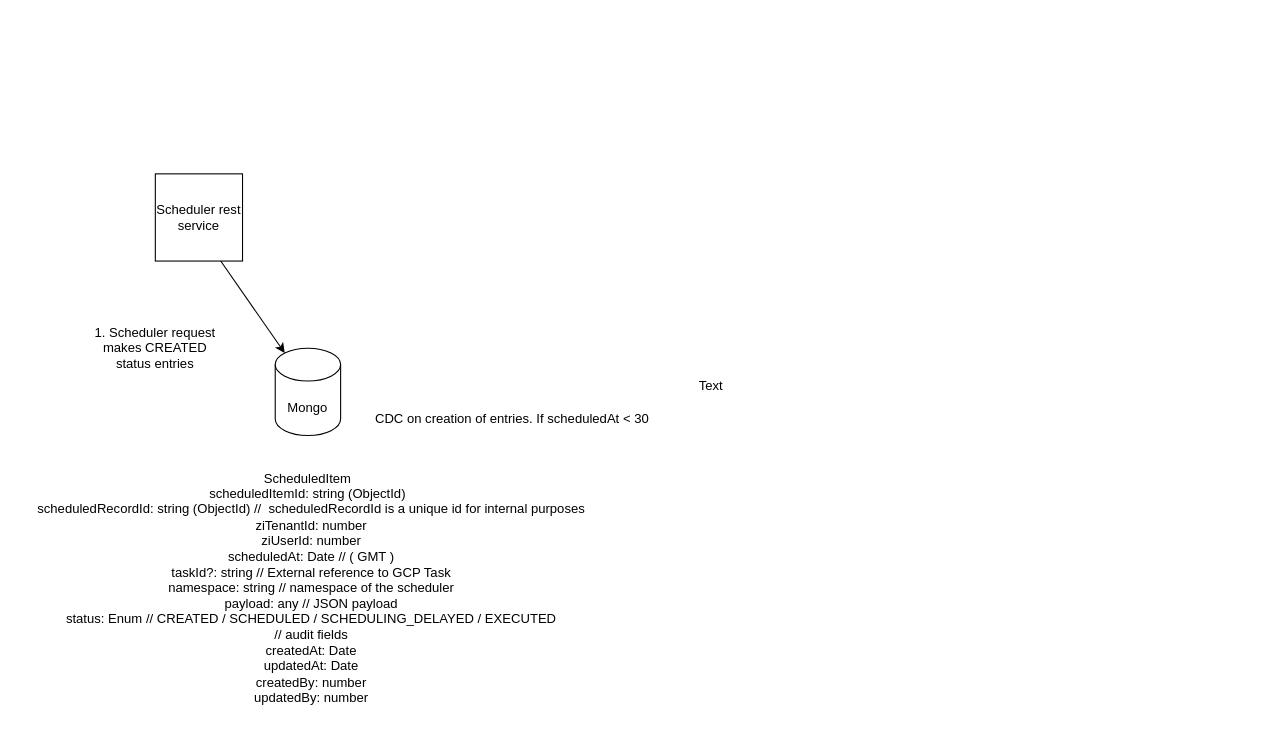
Earlier version of the draw.io diagram zi-scheduler.drawio (praveen-sivadasan/system-design). Source tidied: cells renumbered, new cells numbered last; positions are measured from the earlier drawing's top-left corner, leaving out a move shared by most shapes. Both pictures are drawn from the tidied source at 109%, with x=0, y=0 at pixel (19, 173). Pictures stored in the file or linked from it are replaced by grey dashed boxes.
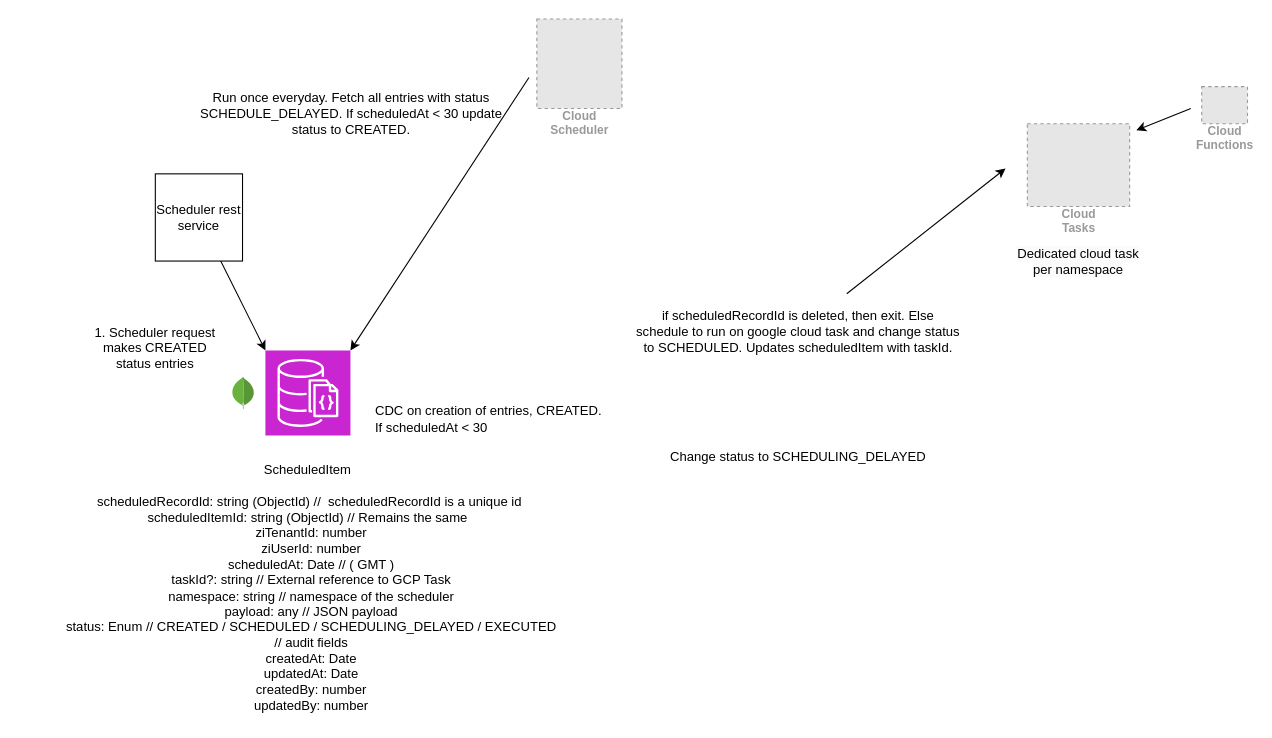
After the change.

Unchanged cells that the change refers to:
```xml
<mxCell id="2" value="Scheduler rest service" style="whiteSpace=wrap;html=1;" parent="1" vertex="1">
  <mxGeometry x="125" width="80" height="80" as="geometry" />
</mxCell>
```

Diff of the diagram source:
```diff
@@
-    <mxCell id="3" style="shape=cylinder3;whiteSpace=wrap;html=1;boundedLbl=1;backgroundOutline=1;size=15;" parent="1" vertex="1">
-      <mxGeometry x="235" y="160" width="60" height="80" as="geometry" />
-    </mxCell>
-    <mxCell id="4" style="endArrow=classic;html=1;rounded=0;exitX=0.75;exitY=1;exitDx=0;exitDy=0;entryX=0.145;entryY=0;entryDx=0;entryDy=4.35;entryPerimeter=0;" parent="1" edge="1" source="2" target="3">
+    <mxCell id="4" style="endArrow=classic;html=1;rounded=0;exitX=0.75;exitY=1;exitDx=0;exitDy=0;entryX=0;entryY=0;entryDx=0;entryDy=0;entryPerimeter=0;" parent="1" edge="1" source="2" target="18">
       <mxGeometry relative="1" as="geometry" />
     </mxCell>
-    <mxCell id="5" value="Mongo" style="text;html=1;strokeColor=none;fillColor=none;align=center;verticalAlign=middle;whiteSpace=wrap;rounded=0;" parent="1" vertex="1">
-      <mxGeometry x="235" y="200" width="60" height="30" as="geometry" />
-    </mxCell>
@@
-    <mxCell id="7" value="ScheduledItem&lt;br&gt;&lt;div&gt;scheduledItemId: string (ObjectId)&lt;/div&gt;&lt;div&gt;&amp;nbsp; scheduledRecordId: string (ObjectId) //&amp;nbsp;&amp;nbsp;&lt;span style=&quot;background-color: initial;&quot;&gt;scheduledRecordId is a unique id for internal purposes&lt;/span&gt;&lt;/div&gt;&lt;div&gt;&amp;nbsp; ziTenantId: number&lt;/div&gt;&lt;div&gt;&amp;nbsp; ziUserId: number&lt;/div&gt;&lt;div&gt;&amp;nbsp; scheduledAt: Date // ( GMT )&lt;/div&gt;&lt;div&gt;&amp;nbsp; taskId?: string // External reference to GCP Task&lt;/div&gt;&lt;div&gt;&amp;nbsp; namespace: string // namespace of the scheduler&lt;/div&gt;&lt;div&gt;&amp;nbsp; payload: any // JSON payload&lt;/div&gt;&lt;div&gt;&amp;nbsp; status: Enum // CREATED / SCHEDULED / SCHEDULING_DELAYED / EXECUTED&lt;/div&gt;&lt;div&gt;&amp;nbsp; // audit fields&lt;/div&gt;&lt;div&gt;&amp;nbsp; createdAt: Date&lt;/div&gt;&lt;div&gt;&amp;nbsp; updatedAt: Date&lt;/div&gt;&lt;div&gt;&amp;nbsp; createdBy: number&lt;/div&gt;&lt;div&gt;&amp;nbsp; updatedBy: number&lt;/div&gt;" style="text;html=1;strokeColor=none;fillColor=none;align=center;verticalAlign=middle;whiteSpace=wrap;rounded=0;" parent="1" vertex="1">
+    <mxCell id="7" value="ScheduledItem&lt;br&gt;&lt;br&gt;&lt;div style=&quot;border-color: var(--border-color);&quot;&gt;&amp;nbsp; scheduledRecordId: string (ObjectId) //&amp;nbsp;&amp;nbsp;scheduledRecordId is a unique id&amp;nbsp;&lt;/div&gt;&lt;div&gt;scheduledItemId: string (ObjectId) // Remains the same&lt;/div&gt;&lt;div&gt;&lt;span style=&quot;background-color: initial;&quot;&gt;&amp;nbsp; ziTenantId: number&lt;/span&gt;&lt;br&gt;&lt;/div&gt;&lt;div&gt;&amp;nbsp; ziUserId: number&lt;/div&gt;&lt;div&gt;&amp;nbsp; scheduledAt: Date // ( GMT )&lt;/div&gt;&lt;div&gt;&amp;nbsp; taskId?: string // External reference to GCP Task&lt;/div&gt;&lt;div&gt;&amp;nbsp; namespace: string // namespace of the scheduler&lt;/div&gt;&lt;div&gt;&amp;nbsp; payload: any // JSON payload&lt;/div&gt;&lt;div&gt;&amp;nbsp; status: Enum // CREATED / SCHEDULED / SCHEDULING_DELAYED / EXECUTED&lt;/div&gt;&lt;div&gt;&amp;nbsp; // audit fields&lt;/div&gt;&lt;div&gt;&amp;nbsp; createdAt: Date&lt;/div&gt;&lt;div&gt;&amp;nbsp; updatedAt: Date&lt;/div&gt;&lt;div&gt;&amp;nbsp; createdBy: number&lt;/div&gt;&lt;div&gt;&amp;nbsp; updatedBy: number&lt;/div&gt;" style="text;html=1;strokeColor=none;fillColor=none;align=center;verticalAlign=middle;whiteSpace=wrap;rounded=0;" parent="1" vertex="1">
       <mxGeometry y="260" width="530" height="240" as="geometry" />
     </mxCell>
-    <mxCell id="8" value="CDC on creation of entries. If&amp;nbsp;scheduledAt &amp;lt; 30" style="text;html=1;strokeColor=none;fillColor=none;align=left;verticalAlign=middle;whiteSpace=wrap;rounded=0;" parent="1" vertex="1">
+    <mxCell id="8" value="CDC on creation of entries, CREATED. If&amp;nbsp;scheduledAt &amp;lt; 30" style="text;html=1;strokeColor=none;fillColor=none;align=left;verticalAlign=middle;whiteSpace=wrap;rounded=0;" parent="1" vertex="1">
       <mxGeometry x="325" y="210" width="260" height="30" as="geometry" />
     </mxCell>
-    <mxCell id="9" value="Text" style="text;html=1;strokeColor=none;fillColor=none;align=center;verticalAlign=middle;whiteSpace=wrap;rounded=0;" parent="1" vertex="1">
-      <mxGeometry x="605" y="180" width="60" height="30" as="geometry" />
+    <mxCell id="9" value="if&amp;nbsp;scheduledRecordId is deleted, then exit. Else schedule to run on google cloud task and change status to SCHEDULED. Updates scheduledItem with taskId.&lt;br&gt;" style="text;html=1;strokeColor=none;fillColor=none;align=center;verticalAlign=middle;whiteSpace=wrap;rounded=0;" parent="1" vertex="1">
+      <mxGeometry x="565" y="110" width="300" height="70" as="geometry" />
     </mxCell>
+    <mxCell id="10" value="Change status to&amp;nbsp;SCHEDULING_DELAYED" style="text;html=1;strokeColor=none;fillColor=none;align=center;verticalAlign=middle;whiteSpace=wrap;rounded=0;" parent="1" vertex="1">
+      <mxGeometry x="565" y="240" width="300" height="40" as="geometry" />
+    </mxCell>
+    <mxCell id="11" style="endArrow=classic;html=1;rounded=0;exitX=0.13;exitY=0.77;exitDx=0;exitDy=0;exitPerimeter=0;entryX=1;entryY=0;entryDx=0;entryDy=0;entryPerimeter=0;" parent="1" edge="1" target="18">
+      <mxGeometry relative="1" as="geometry">
+        <mxPoint x="467.8" y="-88.4" as="sourcePoint" />
+      </mxGeometry>
+    </mxCell>
+    <mxCell id="12" value="Run once everyday. Fetch all entries with status SCHEDULE_DELAYED. If scheduledAt &amp;lt; 30 update status to CREATED." style="text;html=1;strokeColor=none;fillColor=none;align=center;verticalAlign=middle;whiteSpace=wrap;rounded=0;" parent="1" vertex="1">
+      <mxGeometry x="155" y="-100" width="300" height="90" as="geometry" />
+    </mxCell>
+    <mxCell id="13" value="&lt;span style=&quot;color: rgb(0, 0, 0); font-family: Helvetica; font-size: 12px; font-style: normal; font-variant-ligatures: normal; font-variant-caps: normal; font-weight: 400; letter-spacing: normal; orphans: 2; text-indent: 0px; text-transform: none; widows: 2; word-spacing: 0px; -webkit-text-stroke-width: 0px; background-color: rgb(251, 251, 251); text-decoration-thickness: initial; text-decoration-style: initial; text-decoration-color: initial; float: none; display: inline !important;&quot;&gt;Dedicated cloud task &lt;br&gt;per namespace&lt;/span&gt;" style="text;whiteSpace=wrap;html=1;align=center;" parent="1" vertex="1">
+      <mxGeometry x="906.9" y="60" width="130" height="40" as="geometry" />
+    </mxCell>
+    <mxCell id="14" style="endArrow=classic;html=1;rounded=0;entryX=0;entryY=0;entryDx=0;entryDy=15;entryPerimeter=0;" parent="1" edge="1" source="9">
+      <mxGeometry relative="1" as="geometry">
+        <mxPoint x="905" y="-5" as="targetPoint" />
+      </mxGeometry>
+    </mxCell>
+    <mxCell id="15" value="Cloud&#10;Functions" style="fillColor=#E6E6E6;strokeColor=#999999;dashed=1;html=1;verticalAlign=top;labelPosition=center;verticalLabelPosition=bottom;align=center;spacingTop=-6;fontSize=11;fontStyle=1;fontColor=#999999;" parent="1" vertex="1">
+      <mxGeometry x="1085" y="-80" width="42" height="34" as="geometry" />
+    </mxCell>
+    <mxCell id="16" value="Cloud&#10;Tasks" style="fillColor=#E6E6E6;strokeColor=#999999;dashed=1;html=1;verticalAlign=top;labelPosition=center;verticalLabelPosition=bottom;align=center;spacingTop=-6;fontSize=11;fontStyle=1;fontColor=#999999;" parent="1" vertex="1">
+      <mxGeometry x="925" y="-46" width="93.9" height="76" as="geometry" />
+    </mxCell>
+    <mxCell id="17" value="Cloud&#10;Scheduler" style="fillColor=#E6E6E6;strokeColor=#999999;dashed=1;html=1;verticalAlign=top;labelPosition=center;verticalLabelPosition=bottom;align=center;spacingTop=-6;fontSize=11;fontStyle=1;fontColor=#999999;" parent="1" vertex="1">
+      <mxGeometry x="475" y="-142" width="78.1" height="82" as="geometry" />
+    </mxCell>
+    <mxCell id="18" style="sketch=0;points=[[0,0,0],[0.25,0,0],[0.5,0,0],[0.75,0,0],[1,0,0],[0,1,0],[0.25,1,0],[0.5,1,0],[0.75,1,0],[1,1,0],[0,0.25,0],[0,0.5,0],[0,0.75,0],[1,0.25,0],[1,0.5,0],[1,0.75,0]];outlineConnect=0;fontColor=#232F3E;fillColor=#C925D1;strokeColor=#ffffff;dashed=0;verticalLabelPosition=bottom;verticalAlign=top;align=center;html=1;fontSize=12;fontStyle=0;shape=mxgraph.aws4.resourceIcon;resIcon=mxgraph.aws4.documentdb_with_mongodb_compatibility;" parent="1" vertex="1">
+      <mxGeometry x="226" y="162" width="78" height="78" as="geometry" />
+    </mxCell>
+    <mxCell id="19" style="dashed=0;html=1;align=center;labelPosition=center;verticalLabelPosition=bottom;verticalAlign=top;shape=mxgraph.weblogos.mongodb;" parent="1" vertex="1">
+      <mxGeometry x="195" y="186" width="21.2" height="30" as="geometry" />
+    </mxCell>
+    <mxCell id="20" style="endArrow=classic;html=1;rounded=0;" parent="1" edge="1">
+      <mxGeometry relative="1" as="geometry">
+        <mxPoint x="1075" y="-60" as="sourcePoint" />
+        <mxPoint x="1025" y="-40" as="targetPoint" />
+      </mxGeometry>
+    </mxCell>
```
